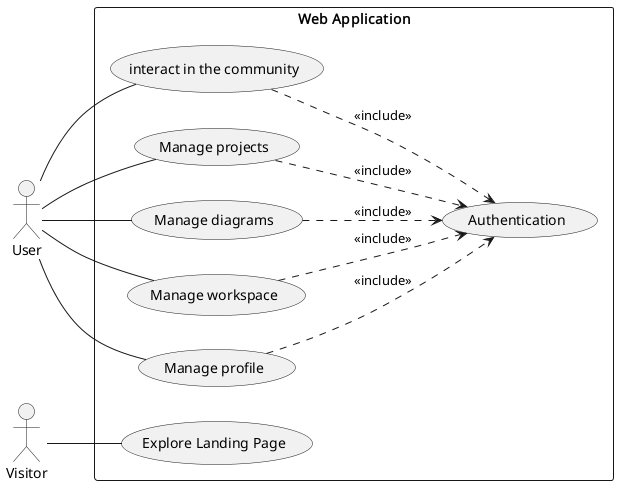
The PlantUML diagram conception/global_use_case_diagram.png in souhaib-askri/report_pfe, before a commit. Its source is kept beside it as conception/global_use_case_diagram.puml.
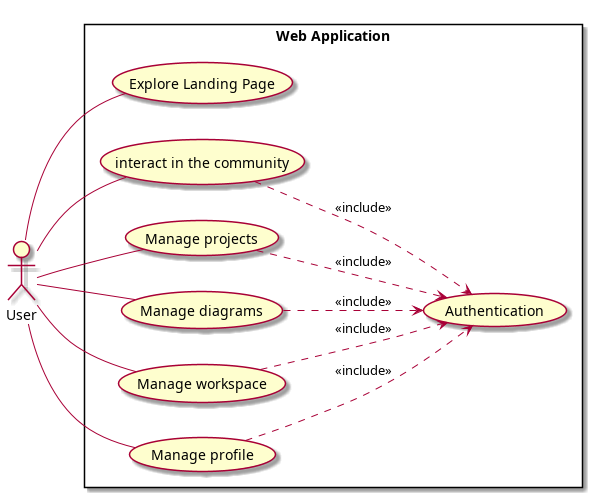
Later version of the same file.

The edit, as a diff of the source:
```diff
@@ -4,7 +4,6 @@
 
 actor "User" as User
 
-actor "Visitor" as Visitor
 
 rectangle "Web Application" {
     usecase "Explore Landing Page" as ExploreLandingPage
@@ -22,7 +21,7 @@
 
 
 
-Visitor -- ExploreLandingPage
+User -- ExploreLandingPage
 User -- InteractWithCommunity
 User -- ManageProjects
 User -- ManageDiagrams
```
